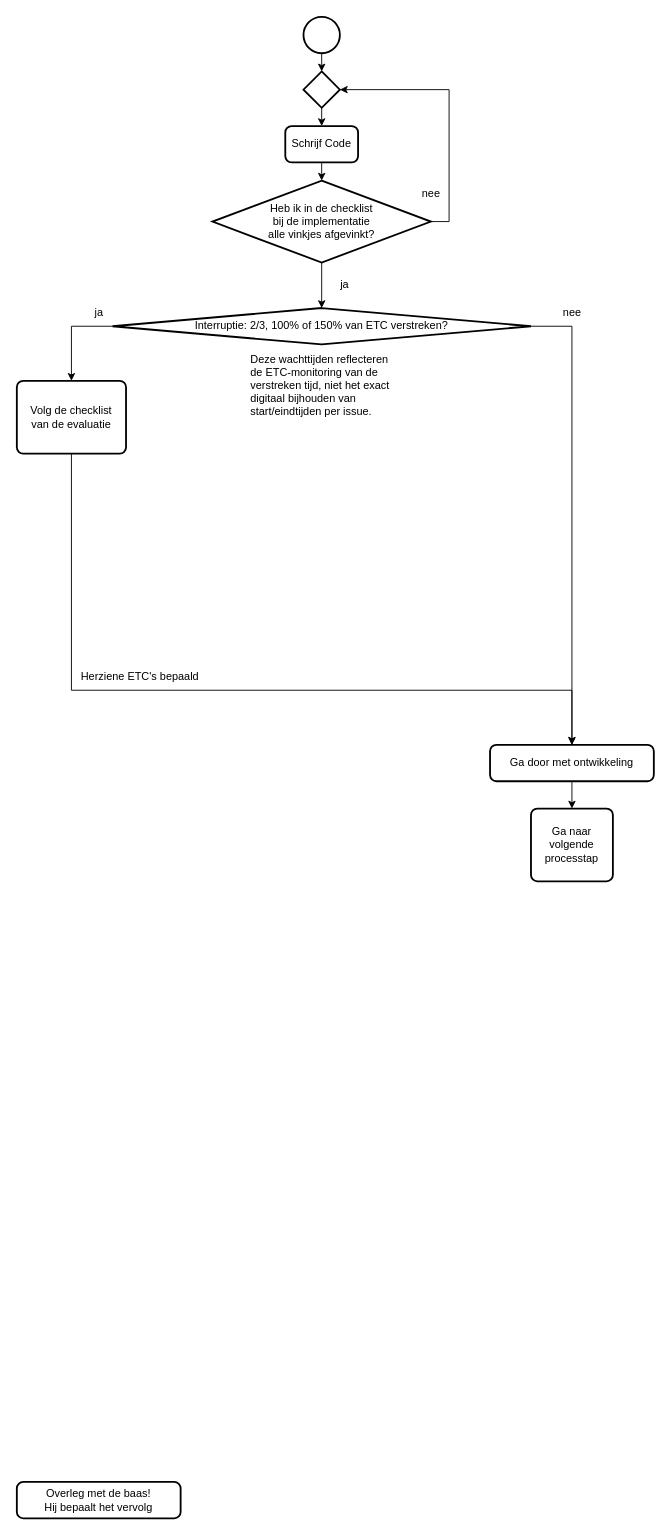
Zaibatsu89/IssueTracker keeps this draw.io diagram as 4 Issue Tracker implementatie.drawio. Above is the earlier version. Source tidied: cells renumbered, new cells numbered last; positions are measured from the earlier drawing's top-left corner, leaving out a move shared by most shapes. Both pictures are drawn from the tidied source at 91%, with x=0, y=0 at pixel (16, 16).
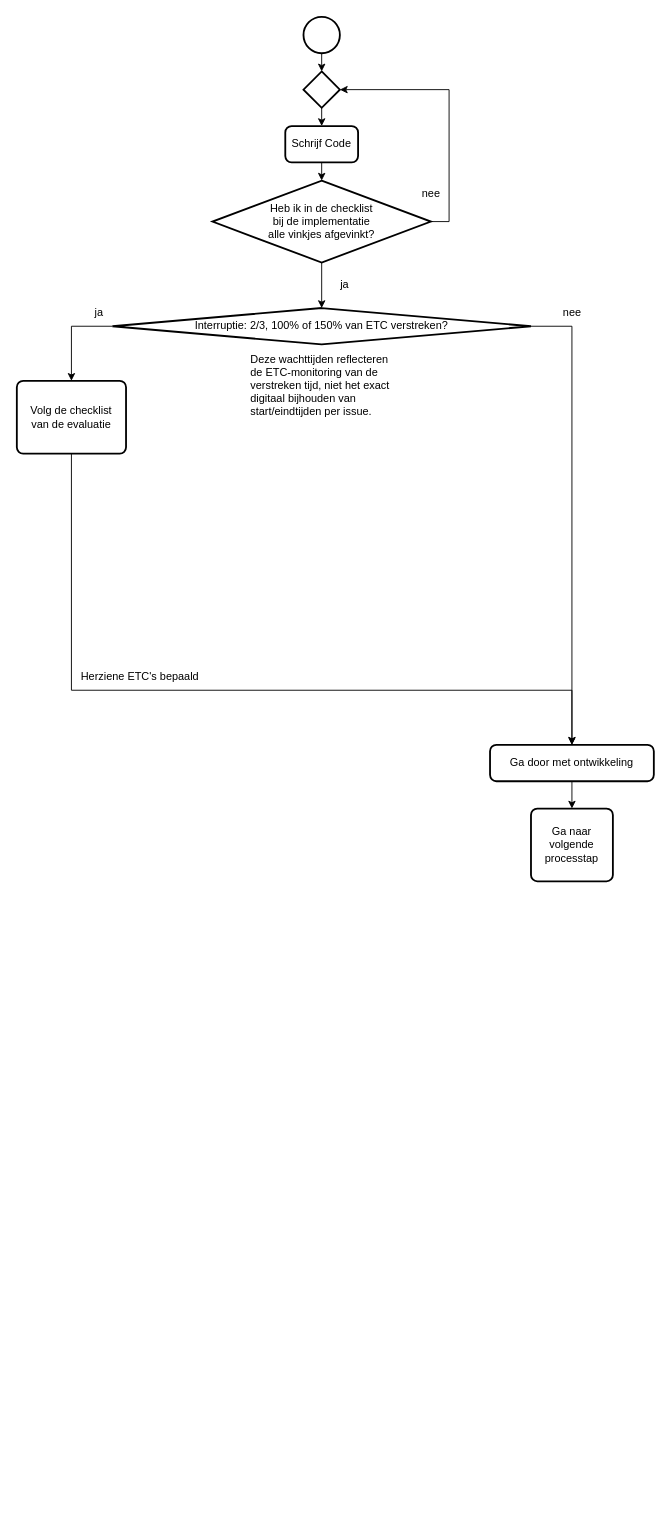
The same page after the edit.

Commit message:
Tweede pagina van implementatie flowchart weghalen

What changed in the source:
```diff
@@
-    <mxCell id="21" value="Overleg met de baas!&lt;br&gt;Hij bepaalt het vervolg" style="rounded=1;whiteSpace=wrap;html=1;absoluteArcSize=1;arcSize=14;strokeWidth=2;" parent="1" vertex="1">
-      <mxGeometry y="1610" width="180" height="40" as="geometry" />
-    </mxCell>
```
